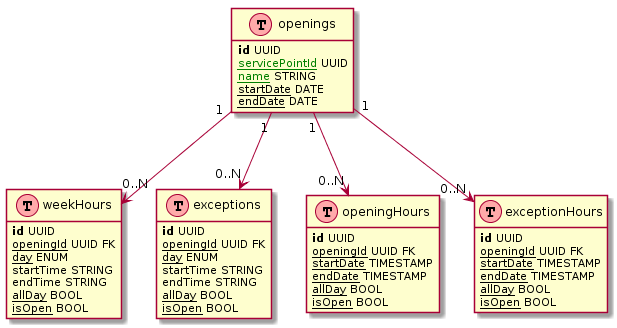
Earlier version of the PlantUML export calendar/database-model/database-diagram.png (qultoltd/FOLIO-MISC). Its diagram source:
```plantuml
@startuml
hide methods
hide stereotypes

class openings as "openings" << (T,#FFAAAA) >> {
<b>id</b> UUID
<u><color:green>servicePointId</color></u> UUID
<u><color:green>name</color></u> STRING
<u>startDate</u> DATE
<u>endDate</u> DATE
}

class weekHours as "weekHours" << (T,#FFAAAA) >>{
<b>id</b> UUID
<u>openingId</u> UUID FK
<u>day</u> ENUM
startTime STRING
endTime STRING
<u>allDay</u> BOOL
<u>isOpen</u> BOOL
}

class exceptions as "exceptions" << (T,#FFAAAA) >>{
<b>id</b> UUID
<u>openingId</u> UUID FK
<u>day</u> ENUM
startTime STRING
endTime STRING
<u>allDay</u> BOOL
<u>isOpen</u> BOOL
}

class openingHours as "openingHours" << (T,#FFAAAA) >>{
<b>id</b> UUID
<u>openingId</u> UUID FK
<u>startDate</u> TIMESTAMP
<u>endDate</u> TIMESTAMP
<u>allDay</u> BOOL
<u>isOpen</u> BOOL
}

class exceptionHours as "exceptionHours" << (T,#FFAAAA) >>{
<b>id</b> UUID
<u>openingId</u> UUID FK
<u>startDate</u> TIMESTAMP
<u>endDate</u> TIMESTAMP
<u>allDay</u> BOOL
<u>isOpen</u> BOOL
}




openings "1" --> "0..N" weekHours : ""
openings "1" --> "0..N" exceptions : ""
openings "1" --> "0..N" openingHours : ""
openings "1" --> "0..N" exceptionHours : ""
@enduml
```
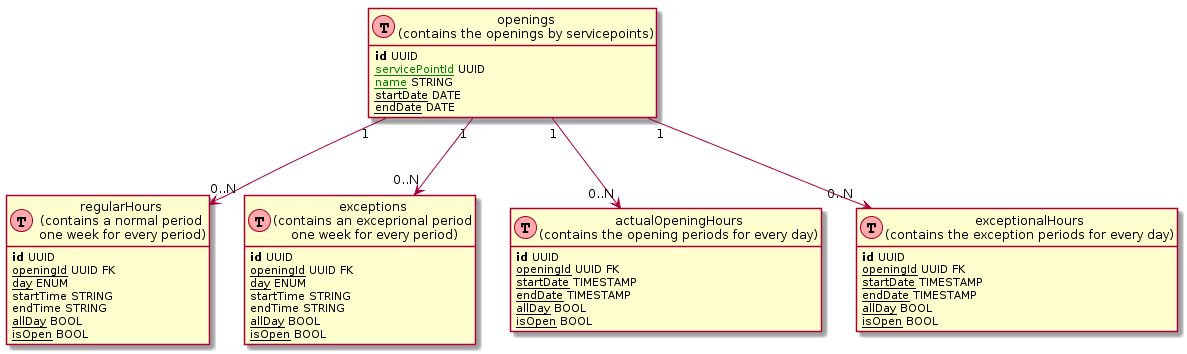
Later version of the same file.

Commit message:
rename tables and add description

What changed in the source:
```diff
@@ -2,7 +2,7 @@
 hide methods
 hide stereotypes
 
-class openings as "openings" << (T,#FFAAAA) >> {
+class openings as "openings\n(contains the openings by servicepoints)" << (T,#FFAAAA) >> {
 <b>id</b> UUID
 <u><color:green>servicePointId</color></u> UUID
 <u><color:green>name</color></u> STRING
@@ -10,7 +10,7 @@
 <u>endDate</u> DATE
 }
 
-class weekHours as "weekHours" << (T,#FFAAAA) >>{
+class regularHours as "regularHours\n(contains a normal period\n one week for every period)" << (T,#FFAAAA) >>{
 <b>id</b> UUID
 <u>openingId</u> UUID FK
 <u>day</u> ENUM
@@ -20,7 +20,7 @@
 <u>isOpen</u> BOOL
 }
 
-class exceptions as "exceptions" << (T,#FFAAAA) >>{
+class exceptions as "exceptions\n(contains an exceprional period\n one week for every period)" << (T,#FFAAAA) >>{
 <b>id</b> UUID
 <u>openingId</u> UUID FK
 <u>day</u> ENUM
@@ -30,7 +30,7 @@
 <u>isOpen</u> BOOL
 }
 
-class openingHours as "openingHours" << (T,#FFAAAA) >>{
+class actualOpeningHours as "actualOpeningHours\n(contains the opening periods for every day)" << (T,#FFAAAA) >>{
 <b>id</b> UUID
 <u>openingId</u> UUID FK
 <u>startDate</u> TIMESTAMP
@@ -39,7 +39,7 @@
 <u>isOpen</u> BOOL
 }
 
-class exceptionHours as "exceptionHours" << (T,#FFAAAA) >>{
+class exceptionalHours as "exceptionalHours\n(contains the exception periods for every day)" << (T,#FFAAAA) >>{
 <b>id</b> UUID
 <u>openingId</u> UUID FK
 <u>startDate</u> TIMESTAMP
@@ -51,8 +51,8 @@
 
 
 
-openings "1" --> "0..N" weekHours : ""
+openings "1" --> "0..N" regularHours : ""
 openings "1" --> "0..N" exceptions : ""
-openings "1" --> "0..N" openingHours : ""
-openings "1" --> "0..N" exceptionHours : ""
+openings "1" --> "0..N" actualOpeningHours : ""
+openings "1" --> "0..N" exceptionalHours : ""
 @enduml
```
